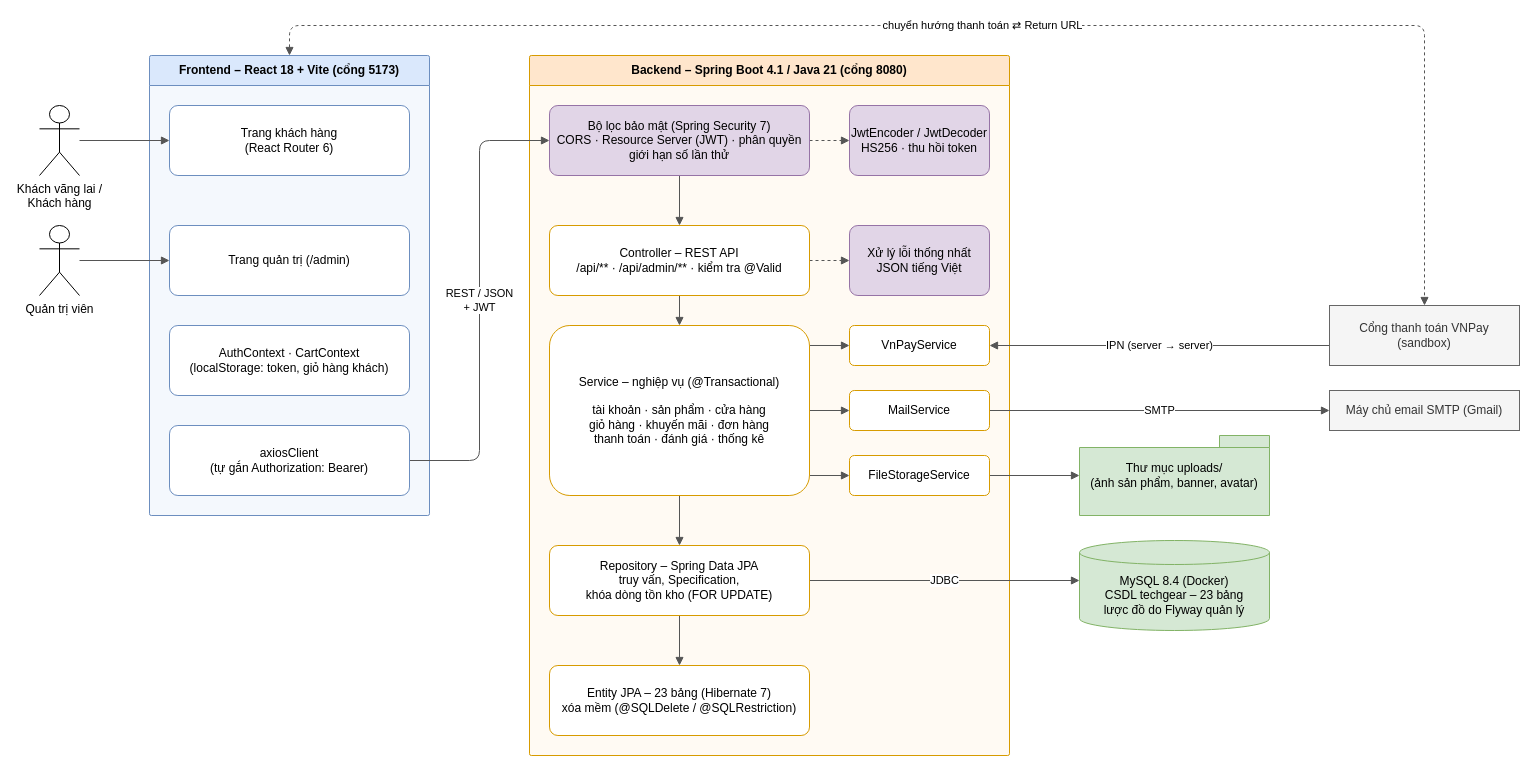
This is docs/thiet-ke/02_kien_truc_tong_the.drawio from phdinh254/TechGear, a draw.io file, before an edit. Source tidied: cells renumbered, new cells numbered last; positions are measured from the earlier drawing's top-left corner, leaving out a move shared by most shapes. Both pictures are drawn from the tidied source at 100%, with x=0, y=0 at pixel (39, 25).
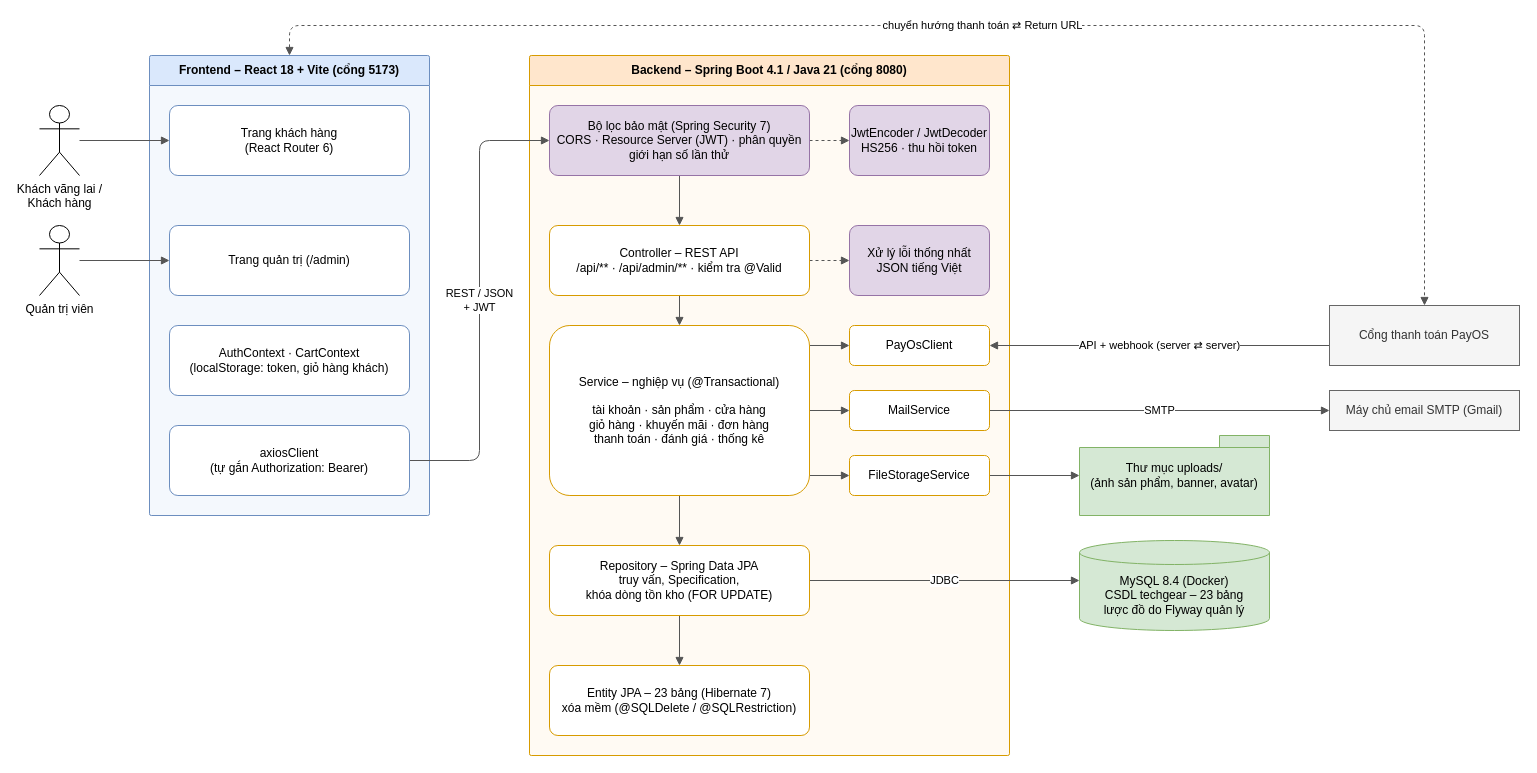
Above is the later version.

Unchanged cells that the change refers to:
```xml
<mxCell id="29" value="Service – nghiệp vụ (@Transactional)&lt;br&gt;&lt;br&gt;tài khoản · sản phẩm · cửa hàng&lt;br&gt;giỏ hàng · khuyến mãi · đơn hàng&lt;br&gt;thanh toán · đánh giá · thống kê" style="rounded=1;whiteSpace=wrap;html=1;arcSize=12;fillColor=#ffffff;strokeColor=#d79b00;" parent="1" vertex="1">
  <mxGeometry x="510" y="300" width="260" height="170" as="geometry" />
</mxCell>
<mxCell id="41" style="fillColor=none;strokeColor=none;" parent="1" vertex="1">
  <mxGeometry x="110" y="30" width="280" height="460" as="geometry" />
</mxCell>
```

What changed in the source:
```diff
@@
-    <mxCell id="13" style="edgeStyle=orthogonalEdgeStyle;rounded=1;jettySize=auto;html=1;fontSize=11;labelBackgroundColor=#ffffff;endArrow=block;endFill=1;strokeColor=#555555;exitX=1.0;exitY=0.1176;exitDx=0;exitDy=0;entryX=0.0;entryY=0.5;entryDx=0;entryDy=0;" parent="1" edge="1" source="29" target="34">
+    <mxCell id="13" style="edgeStyle=orthogonalEdgeStyle;rounded=1;jettySize=auto;html=1;fontSize=11;labelBackgroundColor=#ffffff;endArrow=block;endFill=1;strokeColor=#555555;exitX=1.0;exitY=0.1176;exitDx=0;exitDy=0;entryX=0.0;entryY=0.5;entryDx=0;entryDy=0;" parent="1" edge="1" source="29" target="42">
       <mxGeometry relative="1" as="geometry" />
     </mxCell>
@@
-    <mxCell id="19" value="IPN (server → server)" style="edgeStyle=orthogonalEdgeStyle;rounded=1;jettySize=auto;html=1;fontSize=11;labelBackgroundColor=#ffffff;endArrow=block;endFill=1;strokeColor=#555555;exitX=0.0;exitY=0.6667;exitDx=0;exitDy=0;entryX=1.0;entryY=0.5;entryDx=0;entryDy=0;" parent="1" edge="1" source="39" target="34">
+    <mxCell id="19" value="API + webhook (server ⇄ server)" style="edgeStyle=orthogonalEdgeStyle;rounded=1;jettySize=auto;html=1;fontSize=11;labelBackgroundColor=#ffffff;endArrow=block;endFill=1;strokeColor=#555555;exitX=0.0;exitY=0.6667;exitDx=0;exitDy=0;entryX=1.0;entryY=0.5;entryDx=0;entryDy=0;" parent="1" edge="1" source="43" target="42">
       <mxGeometry relative="1" as="geometry" />
     </mxCell>
-    <mxCell id="20" value="chuyển hướng thanh toán ⇄ Return URL" style="edgeStyle=orthogonalEdgeStyle;rounded=1;jettySize=auto;html=1;fontSize=11;labelBackgroundColor=#ffffff;endArrow=block;endFill=1;strokeColor=#555555;dashed=1;startArrow=block;startFill=1;exitX=0.5;exitY=0.0;exitDx=0;exitDy=0;entryX=0.5;entryY=0.0;entryDx=0;entryDy=0;" parent="1" edge="1" source="41" target="39">
+    <mxCell id="20" value="chuyển hướng thanh toán ⇄ Return URL" style="edgeStyle=orthogonalEdgeStyle;rounded=1;jettySize=auto;html=1;fontSize=11;labelBackgroundColor=#ffffff;endArrow=block;endFill=1;strokeColor=#555555;dashed=1;startArrow=block;startFill=1;exitX=0.5;exitY=0.0;exitDx=0;exitDy=0;entryX=0.5;entryY=0.0;entryDx=0;entryDy=0;" parent="1" edge="1" source="41" target="43">
       <mxGeometry relative="1" as="geometry">
         <Array as="points">
           <mxPoint x="250" />
           <mxPoint x="1385" />
         </Array>
       </mxGeometry>
     </mxCell>
@@
-    <mxCell id="34" value="VnPayService" style="rounded=1;whiteSpace=wrap;html=1;arcSize=12;fillColor=#ffffff;strokeColor=#d79b00;" parent="1" vertex="1">
-      <mxGeometry x="810" y="300" width="140" height="40" as="geometry" />
-    </mxCell>
+    <mxCell id="42" value="PayOsClient" style="rounded=1;whiteSpace=wrap;html=1;arcSize=12;fillColor=#ffffff;strokeColor=#d79b00;" parent="1" vertex="1">
+      <mxGeometry x="810" y="300" width="140" height="40" as="geometry" />
+    </mxCell>
@@
-    <mxCell id="39" value="Cổng thanh toán VNPay&lt;br&gt;(sandbox)" style="rounded=0;whiteSpace=wrap;html=1;fillColor=#f5f5f5;strokeColor=#666666;fontColor=#333333;" parent="1" vertex="1">
-      <mxGeometry x="1290" y="280" width="190" height="60" as="geometry" />
-    </mxCell>
+    <mxCell id="43" value="Cổng thanh toán PayOS" style="rounded=0;whiteSpace=wrap;html=1;fillColor=#f5f5f5;strokeColor=#666666;fontColor=#333333;" parent="1" vertex="1">
+      <mxGeometry x="1290" y="280" width="190" height="60" as="geometry" />
+    </mxCell>
```
